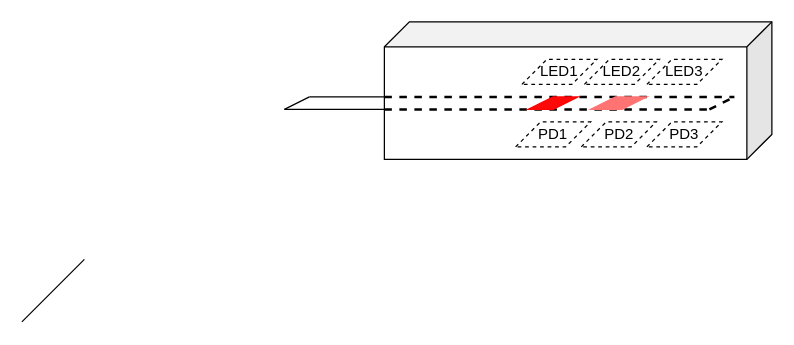
marsukhongduoi/drawio_files keeps this draw.io diagram as LFA_Graph1.drawio. Above is the earlier version. Source tidied: cells renumbered, new cells numbered last; positions are measured from the earlier drawing's top-left corner, leaving out a move shared by most shapes. Both pictures are drawn from the tidied source at 125%, with x=0, y=0 at pixel (21, 21).
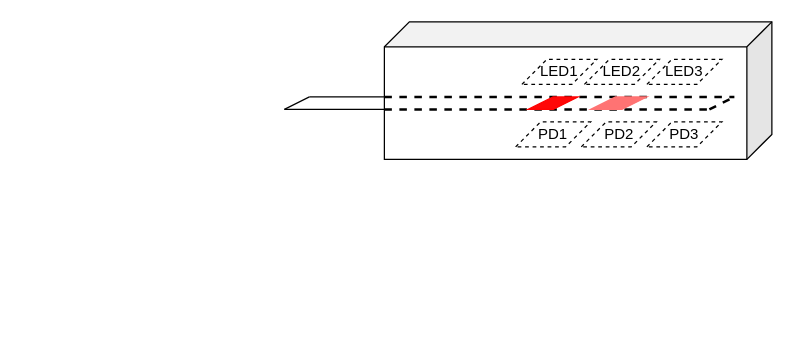
The same page after the edit.

Diff of the diagram source:
```diff
@@
-    <mxCell id="9" style="endArrow=none;html=1;rounded=0;" parent="1" edge="1">
-      <mxGeometry relative="1" as="geometry">
-        <mxPoint y="240" as="sourcePoint" />
-        <mxPoint x="50" y="190" as="targetPoint" />
-      </mxGeometry>
-    </mxCell>
```
